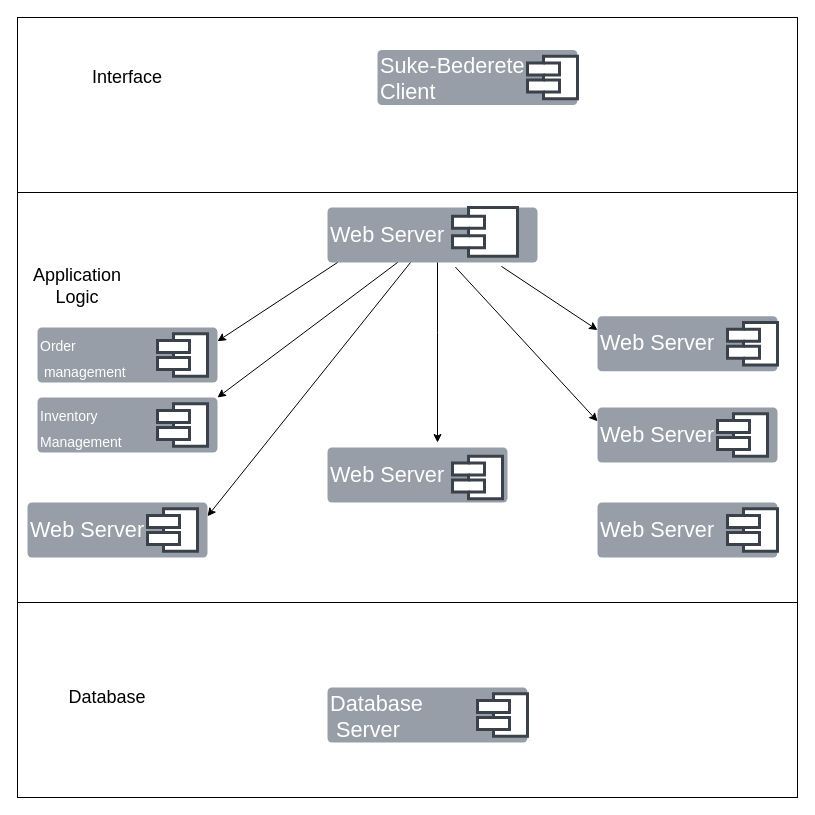
Esubalew-Sintie/PieChart keeps this draw.io diagram as page "Page-1" (1 of 7) of Untitled Diagram.drawio. Above is the earlier version. Source tidied: cells renumbered, new cells numbered last; positions are measured from the earlier drawing's top-left corner, leaving out a move shared by most shapes. Both pictures are drawn from the tidied source at 100%, with x=0, y=0 at pixel (17, 17).
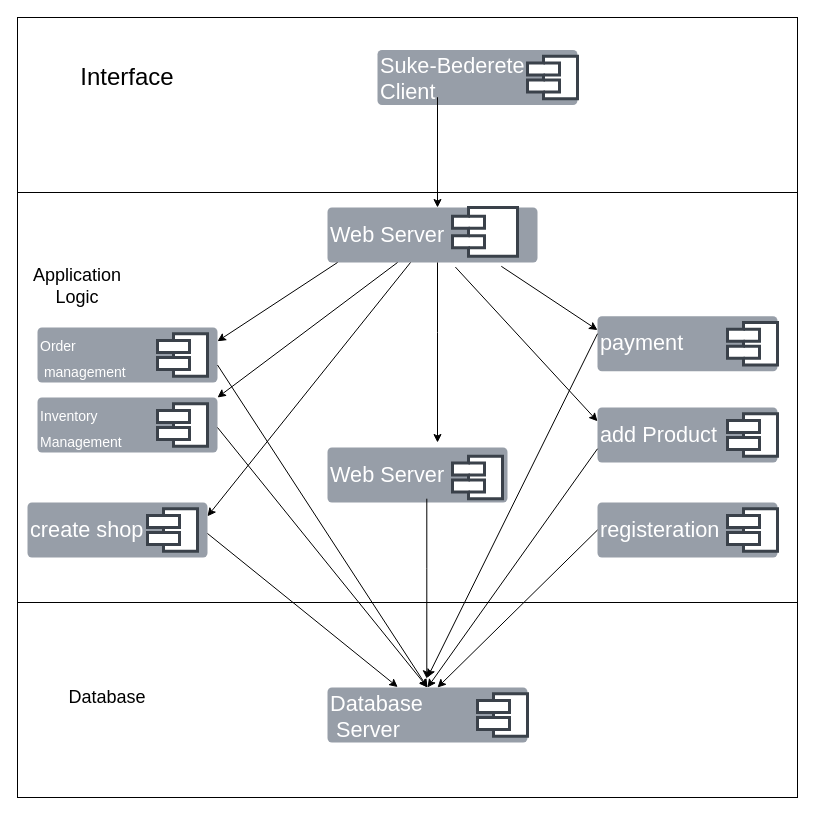
Above is the later version.

Unchanged cells that the change refers to:
```xml
<mxCell id="8" value="Database&lt;br&gt;&amp;nbsp;Server" style="html=1;overflow=block;blockSpacing=1;whiteSpace=wrap;fontSize=21.7;fontColor=#ffffff;align=left;spacing=3.8;verticalAlign=middle;strokeColor=none;strokeOpacity=100;fillOpacity=100;rounded=1;absoluteArcSize=1;arcSize=9;fillColor=#979ea8;strokeWidth=0;lucidId=LtHx1uukUI~n;" parent="1" vertex="1">
  <mxGeometry x="310" y="670" width="200" height="55" as="geometry" />
</mxCell>
```

What changed in the source:
```diff
@@
-    <mxCell id="5" value="&lt;font style=&quot;font-size: 18px;&quot;&gt;Interface&lt;/font&gt;" style="rounded=1;whiteSpace=wrap;html=1;fillColor=#FFFFFF;strokeColor=#FFFFFF;" parent="1" vertex="1">
+    <mxCell id="5" value="&lt;font style=&quot;font-size: 24px;&quot;&gt;Interface&lt;/font&gt;" style="rounded=1;whiteSpace=wrap;html=1;fillColor=#FFFFFF;strokeColor=#FFFFFF;" parent="1" vertex="1">
       <mxGeometry x="50" y="30" width="120" height="60" as="geometry" />
     </mxCell>
@@
-    <mxCell id="13" value="Web Server" style="html=1;overflow=block;blockSpacing=1;whiteSpace=wrap;fontSize=21.7;fontColor=#ffffff;align=left;spacing=3.8;verticalAlign=middle;strokeColor=none;strokeOpacity=100;fillOpacity=100;rounded=1;absoluteArcSize=1;arcSize=9;fillColor=#979ea8;strokeWidth=0;lucidId=LtHx1uukUI~n;" parent="1" vertex="1">
+    <mxCell id="13" value="payment&amp;nbsp;" style="html=1;overflow=block;blockSpacing=1;whiteSpace=wrap;fontSize=21.7;fontColor=#ffffff;align=left;spacing=3.8;verticalAlign=middle;strokeColor=none;strokeOpacity=100;fillOpacity=100;rounded=1;absoluteArcSize=1;arcSize=9;fillColor=#979ea8;strokeWidth=0;lucidId=LtHx1uukUI~n;" parent="1" vertex="1">
       <mxGeometry x="580" y="298.8" width="180" height="55" as="geometry" />
     </mxCell>
@@
-    <mxCell id="15" value="Web Server" style="html=1;overflow=block;blockSpacing=1;whiteSpace=wrap;fontSize=21.7;fontColor=#ffffff;align=left;spacing=3.8;verticalAlign=middle;strokeColor=none;strokeOpacity=100;fillOpacity=100;rounded=1;absoluteArcSize=1;arcSize=9;fillColor=#979ea8;strokeWidth=0;lucidId=LtHx1uukUI~n;" parent="1" vertex="1">
+    <mxCell id="15" value="add Product" style="html=1;overflow=block;blockSpacing=1;whiteSpace=wrap;fontSize=21.7;fontColor=#ffffff;align=left;spacing=3.8;verticalAlign=middle;strokeColor=none;strokeOpacity=100;fillOpacity=100;rounded=1;absoluteArcSize=1;arcSize=9;fillColor=#979ea8;strokeWidth=0;lucidId=LtHx1uukUI~n;" parent="1" vertex="1">
       <mxGeometry x="580" y="390" width="180" height="55" as="geometry" />
     </mxCell>
@@
     <mxCell id="17" style="html=1;overflow=block;blockSpacing=1;whiteSpace=wrap;shape=component;align=left;spacingLeft=36;fontSize=13;spacing=0;strokeColor=#3a414a;strokeOpacity=100;rounded=1;absoluteArcSize=1;arcSize=9;fillColor=#FFFFFF;strokeWidth=3;lucidId=uxHxPW2O-tef;" parent="1" vertex="1">
-      <mxGeometry x="700" y="396.2" width="50" height="42.5" as="geometry" />
+      <mxGeometry x="710" y="396.2" width="50" height="42.5" as="geometry" />
     </mxCell>
-    <mxCell id="18" value="Web Server" style="html=1;overflow=block;blockSpacing=1;whiteSpace=wrap;fontSize=21.7;fontColor=#ffffff;align=left;spacing=3.8;verticalAlign=middle;strokeColor=none;strokeOpacity=100;fillOpacity=100;rounded=1;absoluteArcSize=1;arcSize=9;fillColor=#979ea8;strokeWidth=0;lucidId=LtHx1uukUI~n;" parent="1" vertex="1">
+    <mxCell id="18" value="create shop" style="html=1;overflow=block;blockSpacing=1;whiteSpace=wrap;fontSize=21.7;fontColor=#ffffff;align=left;spacing=3.8;verticalAlign=middle;strokeColor=none;strokeOpacity=100;fillOpacity=100;rounded=1;absoluteArcSize=1;arcSize=9;fillColor=#979ea8;strokeWidth=0;lucidId=LtHx1uukUI~n;" parent="1" vertex="1">
       <mxGeometry x="10" y="485" width="180" height="55" as="geometry" />
     </mxCell>
@@
-    <mxCell id="20" value="Web Server" style="html=1;overflow=block;blockSpacing=1;whiteSpace=wrap;fontSize=21.7;fontColor=#ffffff;align=left;spacing=3.8;verticalAlign=middle;strokeColor=none;strokeOpacity=100;fillOpacity=100;rounded=1;absoluteArcSize=1;arcSize=9;fillColor=#979ea8;strokeWidth=0;lucidId=LtHx1uukUI~n;" parent="1" vertex="1">
+    <mxCell id="20" value="registeration" style="html=1;overflow=block;blockSpacing=1;whiteSpace=wrap;fontSize=21.7;fontColor=#ffffff;align=left;spacing=3.8;verticalAlign=middle;strokeColor=none;strokeOpacity=100;fillOpacity=100;rounded=1;absoluteArcSize=1;arcSize=9;fillColor=#979ea8;strokeWidth=0;lucidId=LtHx1uukUI~n;" parent="1" vertex="1">
       <mxGeometry x="580" y="485" width="180" height="55" as="geometry" />
     </mxCell>
@@
+    <mxCell id="34" style="endArrow=classic;html=1;rounded=0;entryX=0.5;entryY=0;entryDx=0;entryDy=0;exitX=0;exitY=0.75;exitDx=0;exitDy=0;" parent="1" edge="1" source="15" target="8">
+      <mxGeometry relative="1" as="geometry" />
+    </mxCell>
+    <mxCell id="35" style="endArrow=classic;html=1;rounded=0;entryX=0.351;entryY=-0.008;entryDx=0;entryDy=0;exitX=0.609;exitY=1.083;exitDx=0;exitDy=0;exitPerimeter=0;entryPerimeter=0;" parent="1" edge="1" target="8">
+      <mxGeometry relative="1" as="geometry">
+        <mxPoint x="190" y="516" as="sourcePoint" />
+      </mxGeometry>
+    </mxCell>
+    <mxCell id="36" style="endArrow=classic;html=1;rounded=0;entryX=0.5;entryY=0;entryDx=0;entryDy=0;exitX=0.609;exitY=1.083;exitDx=0;exitDy=0;exitPerimeter=0;" parent="1" edge="1" target="8">
+      <mxGeometry relative="1" as="geometry">
+        <mxPoint x="200" y="410" as="sourcePoint" />
+      </mxGeometry>
+    </mxCell>
+    <mxCell id="37" style="endArrow=classic;html=1;rounded=0;exitX=0.609;exitY=1.083;exitDx=0;exitDy=0;exitPerimeter=0;" parent="1" edge="1">
+      <mxGeometry relative="1" as="geometry">
+        <mxPoint x="200" y="347.5" as="sourcePoint" />
+        <mxPoint x="410" y="670" as="targetPoint" />
+      </mxGeometry>
+    </mxCell>
+    <mxCell id="38" style="endArrow=classic;html=1;rounded=0;entryX=0.5;entryY=0;entryDx=0;entryDy=0;exitX=0;exitY=0.5;exitDx=0;exitDy=0;" parent="1" edge="1" source="20">
+      <mxGeometry relative="1" as="geometry">
+        <mxPoint x="420" y="670" as="targetPoint" />
+      </mxGeometry>
+    </mxCell>
+    <mxCell id="39" style="endArrow=classic;html=1;rounded=0;" parent="1" edge="1">
+      <mxGeometry relative="1" as="geometry">
+        <mxPoint x="580" y="316.2" as="sourcePoint" />
+        <mxPoint x="410" y="660" as="targetPoint" />
+      </mxGeometry>
+    </mxCell>
+    <mxCell id="40" style="endArrow=classic;html=1;rounded=0;entryX=0.5;entryY=0;entryDx=0;entryDy=0;" parent="1" edge="1">
+      <mxGeometry relative="1" as="geometry">
+        <mxPoint x="409.3" y="481.2" as="sourcePoint" />
+        <mxPoint x="409.3" y="661.2" as="targetPoint" />
+        <Array as="points">
+          <mxPoint x="409.3" y="551.2" />
+        </Array>
+      </mxGeometry>
+    </mxCell>
+    <mxCell id="41" style="endArrow=classic;html=1;rounded=0;entryX=0.5;entryY=0;entryDx=0;entryDy=0;" parent="1" edge="1">
+      <mxGeometry relative="1" as="geometry">
+        <mxPoint x="420" y="90" as="sourcePoint" />
+        <mxPoint x="420" y="190" as="targetPoint" />
+        <Array as="points">
+          <mxPoint x="420" y="80" />
+        </Array>
+      </mxGeometry>
+    </mxCell>
```
